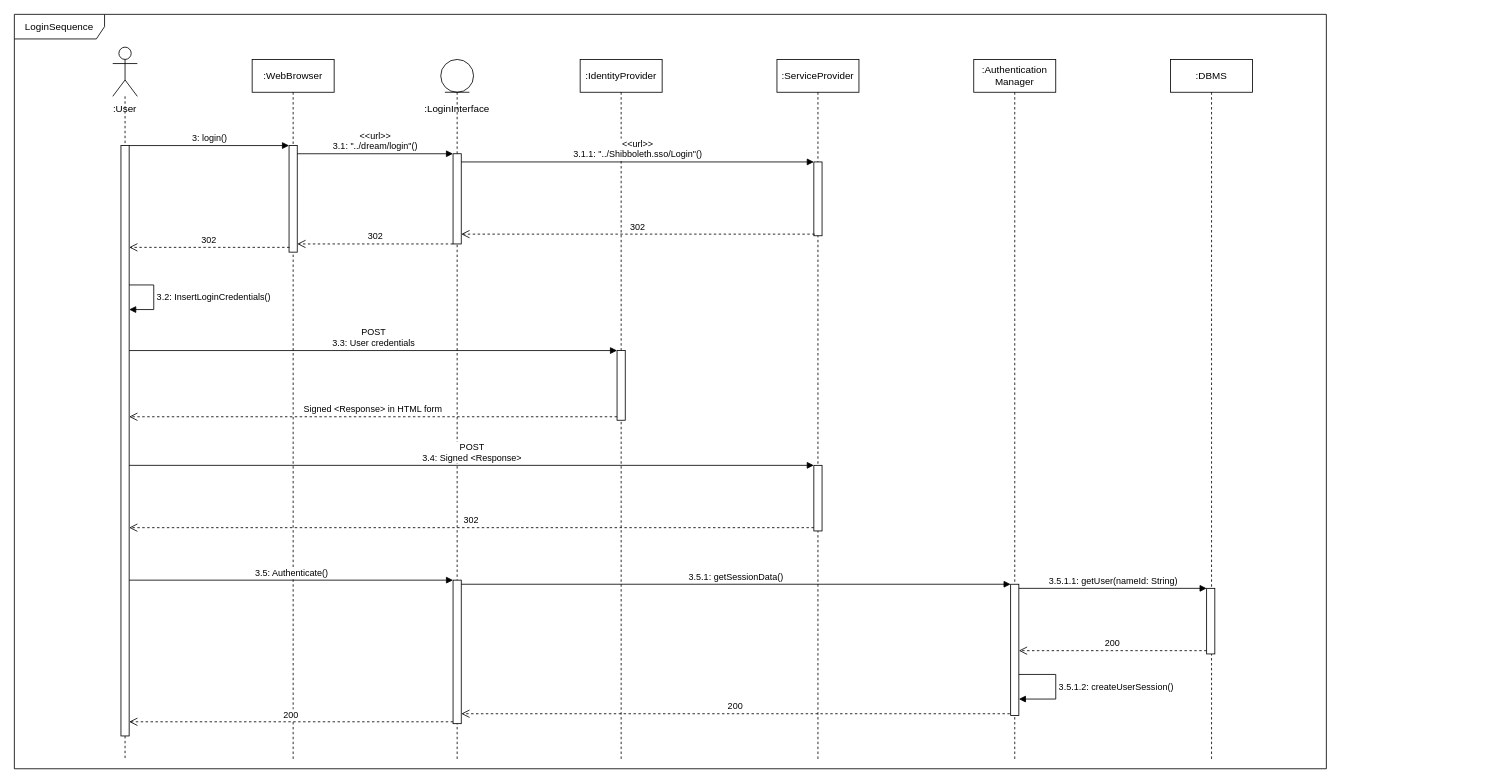
Above: page "Login" (2 of 7) of DD Diagrams/RunTimeViewDiagram.drawio in matteovisotto/SE2-CecchettoSirianiVisotto (draw.io), before the change. Source tidied: cells renumbered, new cells numbered last; positions are measured from the earlier drawing's top-left corner, leaving out a move shared by most shapes. Both pictures are drawn from the tidied source at 82%, with x=0, y=0 at pixel (14, 14).
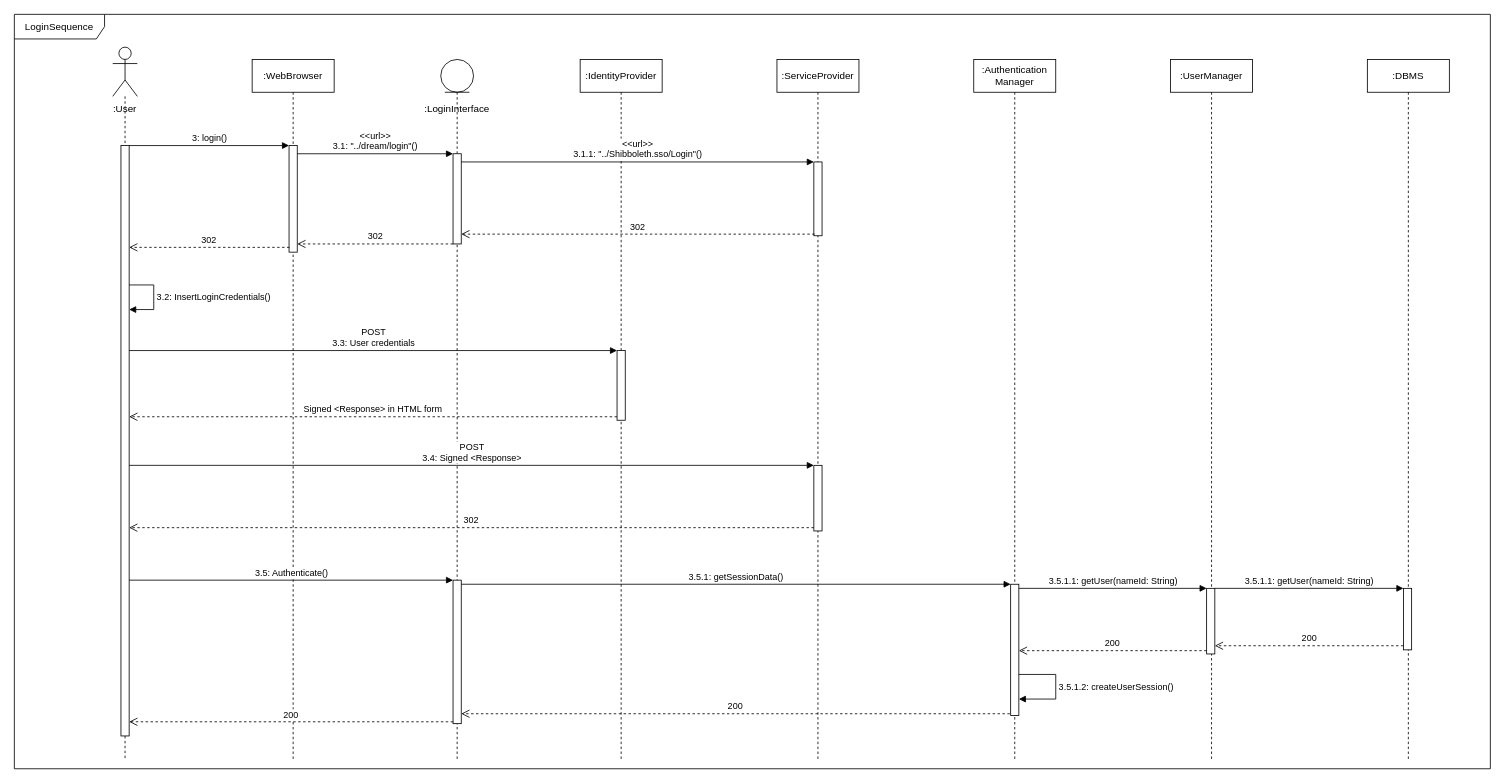
Above is the later version.

Unchanged cells that the change refers to:
```xml
<mxCell id="4" style="html=1;points=[];perimeter=orthogonalPerimeter;" parent="3" vertex="1">
  <mxGeometry x="44" y="645" width="10" height="80" as="geometry" />
</mxCell>
```

The edit, as a diff of the source:
```diff
@@
     <mxCell id="2" value="LoginSequence" style="shape=umlFrame;whiteSpace=wrap;html=1;width=110;height=30;" parent="1" vertex="1">
-      <mxGeometry width="1600" height="920" as="geometry" />
+      <mxGeometry width="1800" height="920" as="geometry" />
     </mxCell>
-    <mxCell id="3" value=":DBMS" style="shape=umlLifeline;perimeter=lifelinePerimeter;whiteSpace=wrap;html=1;" parent="1" vertex="1">
+    <mxCell id="3" value=":UserManager" style="shape=umlLifeline;perimeter=lifelinePerimeter;whiteSpace=wrap;html=1;" parent="1" vertex="1">
       <mxGeometry x="1410" y="55" width="100" height="855" as="geometry" />
     </mxCell>
@@
+    <mxCell id="39" value=":DBMS" style="shape=umlLifeline;perimeter=lifelinePerimeter;whiteSpace=wrap;html=1;" parent="1" vertex="1">
+      <mxGeometry x="1650" y="55" width="100" height="855" as="geometry" />
+    </mxCell>
+    <mxCell id="40" style="html=1;points=[];perimeter=orthogonalPerimeter;" parent="39" vertex="1">
+      <mxGeometry x="44" y="645" width="10" height="75" as="geometry" />
+    </mxCell>
+    <mxCell id="41" value="3.5.1.1: getUser(nameId: String)" style="html=1;verticalAlign=bottom;endArrow=block;rounded=0;" parent="1" edge="1" source="4" target="40">
+      <mxGeometry relative="1" as="geometry">
+        <Array as="points">
+          <mxPoint x="1530" y="700" />
+        </Array>
+      </mxGeometry>
+    </mxCell>
+    <mxCell id="42" value="200" style="html=1;verticalAlign=bottom;endArrow=open;dashed=1;endSize=8;rounded=0;" parent="1" edge="1" source="40" target="4">
+      <mxGeometry relative="1" as="geometry">
+        <Array as="points">
+          <mxPoint x="1550" y="770" />
+        </Array>
+      </mxGeometry>
+    </mxCell>
```
